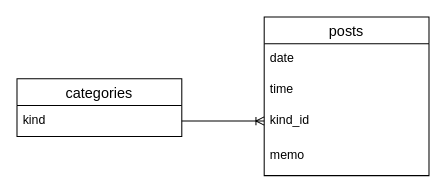
Above: ER.dio in chiharu05/sleep_diary (draw.io), before the change. Source tidied: cells renumbered, new cells numbered last; positions are measured from the earlier drawing's top-left corner, leaving out a move shared by most shapes. Both pictures are drawn from the tidied source at 103%, with x=0, y=0 at pixel (16, 16).
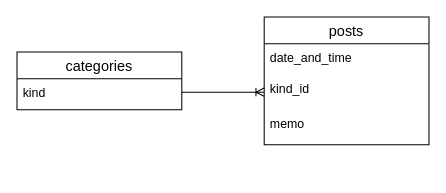
Above is the later version.

Commit message (it also covers changes not shown here):
ER図・READMEの作成

The edit, as a diff of the source:
```diff
@@
 <mxGraphModel>
   <root>
     <mxCell id="0" />
     <mxCell id="1" parent="0" />
     <mxCell id="2" value="categories" style="swimlane;fontStyle=0;horizontal=1;startSize=26;align=center;fontSize=14;" parent="1" vertex="1">
-      <mxGeometry y="60" width="160" height="56" as="geometry" />
+      <mxGeometry y="34" width="160" height="56" as="geometry" />
     </mxCell>
     <mxCell id="3" value="kind" style="text;strokeColor=none;fillColor=none;spacingLeft=4;spacingRight=4;overflow=hidden;points=[[0,0.5],[1,0.5]];portConstraint=eastwest;fontSize=12;" parent="2" vertex="1">
       <mxGeometry y="26" width="160" height="30" as="geometry" />
     </mxCell>
     <mxCell id="4" value="posts" style="swimlane;fontStyle=0;horizontal=1;startSize=26;align=center;fontSize=14;" parent="1" vertex="1">
-      <mxGeometry x="240" width="160" height="154" as="geometry" />
+      <mxGeometry x="240" width="160" height="124" as="geometry" />
     </mxCell>
-    <mxCell id="5" value="date" style="text;strokeColor=none;fillColor=none;spacingLeft=4;spacingRight=4;overflow=hidden;fontSize=12;" parent="4" vertex="1">
+    <mxCell id="5" value="date_and_time" style="text;strokeColor=none;fillColor=none;spacingLeft=4;spacingRight=4;overflow=hidden;fontSize=12;" parent="4" vertex="1">
       <mxGeometry y="26" width="160" height="30" as="geometry" />
     </mxCell>
-    <mxCell id="6" value="time" style="text;strokeColor=none;fillColor=none;spacingLeft=4;spacingRight=4;overflow=hidden;fontSize=12;" parent="4" vertex="1">
-      <mxGeometry y="56" width="160" height="30" as="geometry" />
-    </mxCell>
     <mxCell id="7" value="kind_id" style="text;strokeColor=none;fillColor=none;spacingLeft=4;spacingRight=4;overflow=hidden;points=[[0,0.5],[1,0.5]];portConstraint=eastwest;fontSize=12;" parent="4" vertex="1">
-      <mxGeometry y="86" width="160" height="34" as="geometry" />
+      <mxGeometry y="56" width="160" height="34" as="geometry" />
     </mxCell>
     <mxCell id="8" value="memo" style="text;strokeColor=none;fillColor=none;spacingLeft=4;spacingRight=4;overflow=hidden;fontSize=12;" parent="4" vertex="1">
-      <mxGeometry y="120" width="160" height="34" as="geometry" />
+      <mxGeometry y="90" width="160" height="34" as="geometry" />
     </mxCell>
-    <mxCell id="9" style="fontSize=12;html=1;endArrow=ERoneToMany;exitX=1;exitY=0.5;exitDx=0;exitDy=0;" parent="1" edge="1" source="3">
+    <mxCell id="9" style="fontSize=12;html=1;endArrow=ERoneToMany;entryX=0;entryY=0.5;entryDx=0;entryDy=0;" parent="1" edge="1" target="7">
       <mxGeometry relative="1" as="geometry">
-        <mxPoint x="240" y="101" as="targetPoint" />
+        <mxPoint x="160" y="73" as="sourcePoint" />
       </mxGeometry>
     </mxCell>
   </root>
 </mxGraphModel>
```
